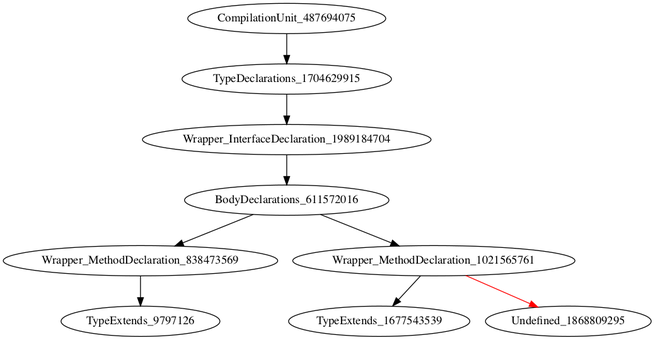
Before: holeAST.png, a diagram exported from Graphviz (icse2023material/VoiceJava). Its source is kept beside it as holeAST.dot.
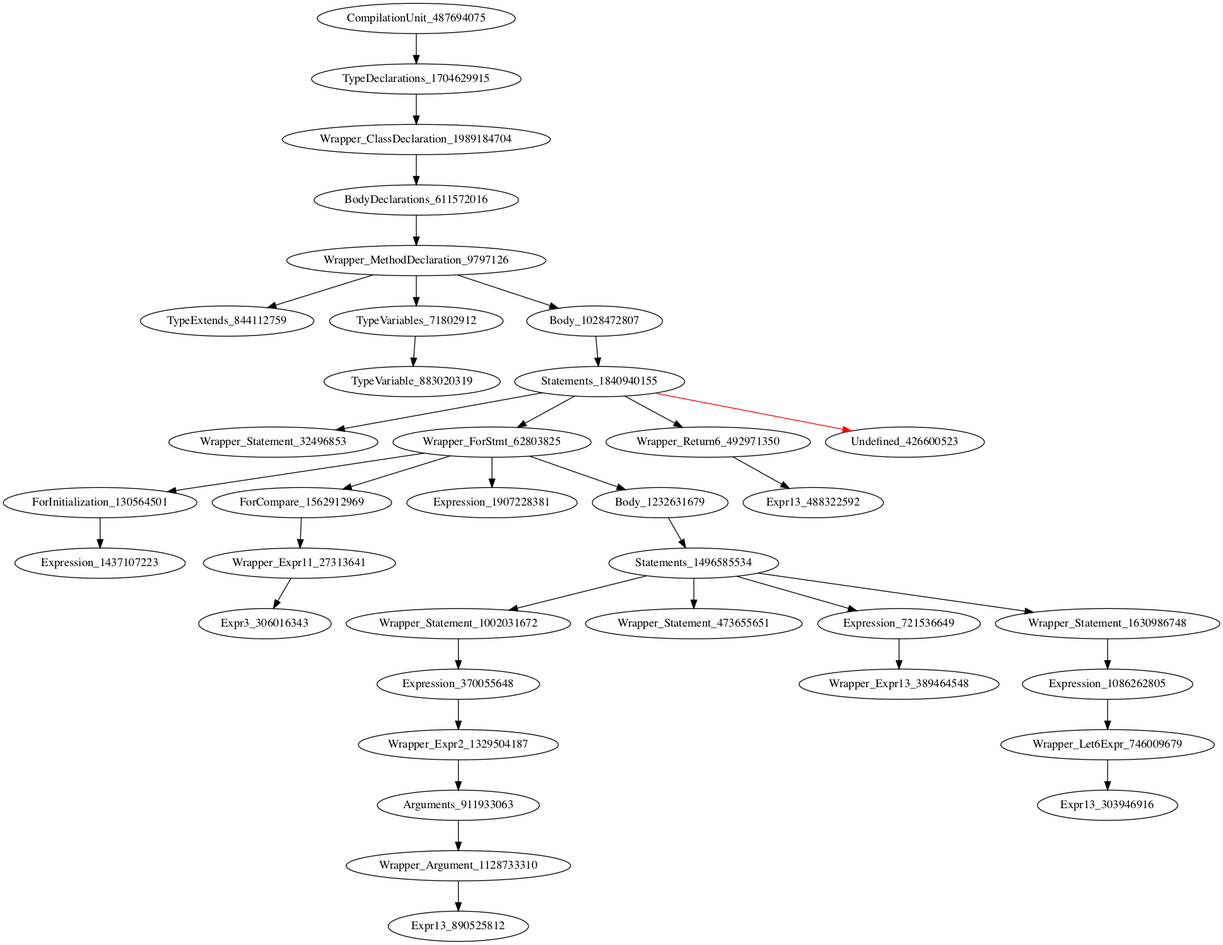
After the change.

Change to the diagram source:
```diff
@@ -1,10 +1,37 @@
 digraph {
 CompilationUnit_487694075 -> TypeDeclarations_1704629915
-TypeDeclarations_1704629915 -> Wrapper_InterfaceDeclaration_1989184704
-Wrapper_InterfaceDeclaration_1989184704 -> BodyDeclarations_611572016
-BodyDeclarations_611572016 -> Wrapper_MethodDeclaration_838473569
-BodyDeclarations_611572016 -> Wrapper_MethodDeclaration_1021565761
-Wrapper_MethodDeclaration_838473569 -> TypeExtends_9797126
-Wrapper_MethodDeclaration_1021565761 -> TypeExtends_1677543539
-Wrapper_MethodDeclaration_1021565761 -> Undefined_1868809295 [color = red]
+TypeDeclarations_1704629915 -> Wrapper_ClassDeclaration_1989184704
+Wrapper_ClassDeclaration_1989184704 -> BodyDeclarations_611572016
+BodyDeclarations_611572016 -> Wrapper_MethodDeclaration_9797126
+Wrapper_MethodDeclaration_9797126 -> TypeExtends_844112759
+Wrapper_MethodDeclaration_9797126 -> TypeVariables_71802912
+Wrapper_MethodDeclaration_9797126 -> Body_1028472807
+TypeVariables_71802912 -> TypeVariable_883020319
+Body_1028472807 -> Statements_1840940155
+Statements_1840940155 -> Wrapper_Statement_32496853
+Statements_1840940155 -> Wrapper_ForStmt_62803825
+Statements_1840940155 -> Wrapper_Return6_492971350
+Statements_1840940155 -> Undefined_426600523 [color = red]
+Wrapper_ForStmt_62803825 -> ForInitialization_130564501
+Wrapper_ForStmt_62803825 -> ForCompare_1562912969
+Wrapper_ForStmt_62803825 -> Expression_1907228381
+Wrapper_ForStmt_62803825 -> Body_1232631679
+Wrapper_Return6_492971350 -> Expr13_488322592
+ForInitialization_130564501 -> Expression_1437107223
+ForCompare_1562912969 -> Wrapper_Expr11_27313641
+Body_1232631679 -> Statements_1496585534
+Wrapper_Expr11_27313641 -> Expr3_306016343
+Statements_1496585534 -> Wrapper_Statement_1002031672
+Statements_1496585534 -> Wrapper_Statement_473655651
+Statements_1496585534 -> Expression_721536649
+Statements_1496585534 -> Wrapper_Statement_1630986748
+Wrapper_Statement_1002031672 -> Expression_370055648
+Expression_721536649 -> Wrapper_Expr13_389464548
+Wrapper_Statement_1630986748 -> Expression_1086262805
+Expression_370055648 -> Wrapper_Expr2_1329504187
+Expression_1086262805 -> Wrapper_Let6Expr_746009679
+Wrapper_Expr2_1329504187 -> Arguments_911933063
+Wrapper_Let6Expr_746009679 -> Expr13_303946916
+Arguments_911933063 -> Wrapper_Argument_1128733310
+Wrapper_Argument_1128733310 -> Expr13_890525812
 }
```
